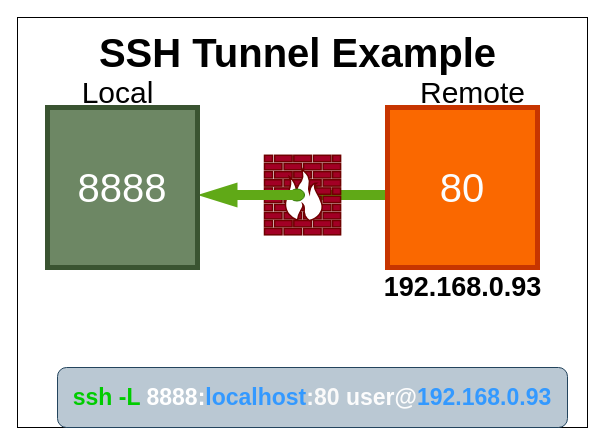
Above: blog/linux/ssh/tunnel/ssh_tunnel_ex.drawio in devnull-hub/devnull.github.io (draw.io), before the change. Source tidied: cells renumbered, new cells numbered last; positions are measured from the earlier drawing's top-left corner, leaving out a move shared by most shapes. Both pictures are drawn from the tidied source at 100%, with x=0, y=0 at pixel (17, 17).
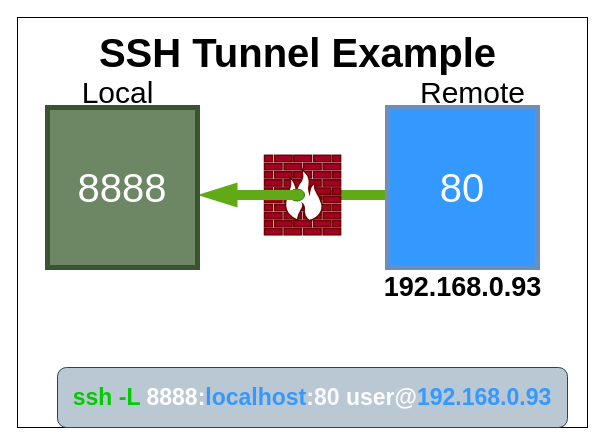
Above is the later version.

What changed in the source:
```diff
@@
 <mxGraphModel>
   <root>
     <mxCell id="0" />
     <mxCell id="1" parent="0" />
     <mxCell id="2" style="whiteSpace=wrap;html=1;fontSize=40;strokeWidth=1;" parent="1" vertex="1">
       <mxGeometry width="570" height="410" as="geometry" />
     </mxCell>
     <mxCell id="3" style="html=1;shadow=0;dashed=0;align=center;verticalAlign=middle;shape=mxgraph.arrows2.arrow;dy=0.6;dx=40;flipH=1;notch=0;fontSize=40;strokeColor=none;strokeWidth=5;fillColor=#60a917;fontColor=#ffffff;" parent="1" vertex="1">
       <mxGeometry x="260" y="165" width="110" height="25" as="geometry" />
     </mxCell>
     <mxCell id="4" style="fontColor=#ffffff;verticalAlign=top;verticalLabelPosition=bottom;labelPosition=center;align=center;html=1;fillColor=#a20025;strokeColor=#6F0000;gradientDirection=north;strokeWidth=2;shape=mxgraph.networks.firewall;fontSize=40;" parent="1" vertex="1">
       <mxGeometry x="247" y="137.8" width="76.1" height="79.5" as="geometry" />
     </mxCell>
     <mxCell id="5" style="strokeWidth=1;html=1;shape=mxgraph.flowchart.start_2;whiteSpace=wrap;fontSize=40;fillColor=#60a917;strokeColor=#2D7600;fontColor=#ffffff;" parent="1" vertex="1">
       <mxGeometry x="272" y="171.5" width="15" height="12" as="geometry" />
     </mxCell>
     <mxCell id="6" style="html=1;shadow=0;dashed=0;align=center;verticalAlign=middle;shape=mxgraph.arrows2.arrow;dy=0.6;dx=40;flipH=1;notch=0;fontSize=40;strokeColor=none;strokeWidth=5;fillColor=#60a917;fontColor=#ffffff;" parent="1" vertex="1">
       <mxGeometry x="180" y="165" width="100" height="25" as="geometry" />
     </mxCell>
     <mxCell id="7" value="&lt;font style=&quot;font-size: 40px&quot;&gt;&lt;b&gt;SSH Tunnel Example&lt;/b&gt;&lt;/font&gt;" style="text;html=1;align=center;verticalAlign=middle;fillColor=none;strokeColor=none;rounded=0;" parent="1" vertex="1">
       <mxGeometry x="74.5" y="20" width="410" height="30" as="geometry" />
     </mxCell>
     <mxCell id="8" value="&lt;div&gt;&lt;span&gt;8888&lt;/span&gt;&lt;/div&gt;" style="whiteSpace=wrap;html=1;fontSize=40;fillColor=#6d8764;fontColor=#ffffff;strokeColor=#3A5431;align=center;strokeWidth=5;" parent="1" vertex="1">
       <mxGeometry x="30" y="90" width="150" height="160" as="geometry" />
     </mxCell>
-    <mxCell id="9" value="&lt;div&gt;&lt;span&gt;&lt;font color=&quot;#fcfcfc&quot;&gt;80&lt;/font&gt;&lt;/span&gt;&lt;/div&gt;" style="whiteSpace=wrap;html=1;fontSize=40;fillColor=#fa6800;fontColor=#000000;strokeColor=#C73500;align=center;strokeWidth=5;" parent="1" vertex="1">
+    <mxCell id="9" value="&lt;div&gt;&lt;span&gt;&lt;font color=&quot;#fcfcfc&quot;&gt;80&lt;/font&gt;&lt;/span&gt;&lt;/div&gt;" style="whiteSpace=wrap;html=1;fontSize=40;fillColor=#3399FF;fontColor=#000000;strokeColor=#6C8EBF;align=center;strokeWidth=5;" parent="1" vertex="1">
       <mxGeometry x="370" y="90" width="150" height="160" as="geometry" />
     </mxCell>
     <mxCell id="10" value="&lt;b style=&quot;font-size: 23px&quot;&gt;&lt;font style=&quot;font-size: 23px&quot;&gt;&lt;font style=&quot;font-size: 23px&quot; color=&quot;#00cc00&quot;&gt;ssh -L&lt;/font&gt; &lt;font color=&quot;#ffffff&quot;&gt;8888:&lt;/font&gt;&lt;font color=&quot;#3399ff&quot;&gt;localhost&lt;/font&gt;&lt;font color=&quot;#fafafa&quot;&gt;:80&lt;/font&gt; &lt;font color=&quot;#fcfcfc&quot;&gt;user@&lt;/font&gt;&lt;font color=&quot;#3399ff&quot;&gt;192.168.0.93&lt;/font&gt;&lt;/font&gt;&lt;/b&gt;" style="whiteSpace=wrap;html=1;fillColor=#bac8d3;strokeColor=#23445d;rounded=1;" parent="1" vertex="1">
       <mxGeometry x="40" y="350" width="510" height="60" as="geometry" />
     </mxCell>
     <mxCell id="11" value="&lt;font color=&quot;#000000&quot; style=&quot;font-size: 30px&quot;&gt;Local&lt;/font&gt;" style="text;html=1;align=center;verticalAlign=middle;fillColor=none;strokeColor=none;rounded=0;fontSize=23;fontColor=#FCFCFC;" parent="1" vertex="1">
       <mxGeometry x="55" y="55" width="90" height="40" as="geometry" />
     </mxCell>
     <mxCell id="12" value="&lt;font color=&quot;#000000&quot; style=&quot;font-size: 30px&quot;&gt;Remote&lt;/font&gt;" style="text;html=1;align=center;verticalAlign=middle;fillColor=none;strokeColor=none;rounded=0;fontSize=23;fontColor=#FCFCFC;" parent="1" vertex="1">
       <mxGeometry x="395" y="55" width="120" height="40" as="geometry" />
     </mxCell>
     <mxCell id="13" value="&lt;font size=&quot;1&quot;&gt;&lt;b style=&quot;font-size: 27px&quot;&gt;192.168.0.93&lt;/b&gt;&lt;/font&gt;" style="text;html=1;align=center;verticalAlign=middle;fillColor=none;strokeColor=none;rounded=0;" parent="1" vertex="1">
       <mxGeometry x="360" y="260" width="170" height="20" as="geometry" />
     </mxCell>
   </root>
 </mxGraphModel>
```
